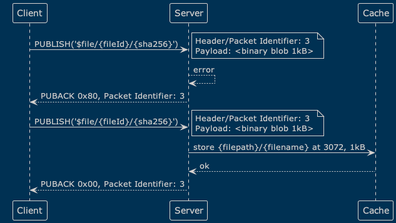
This is active/0021-assets/flow-restart.png from emqx/eip, a PlantUML export, as it was before one commit.
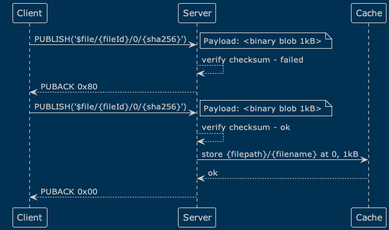
After the change.

What changed in the source:
```diff
@@ -1,18 +1,17 @@
 @startuml
 !theme blueprint
-Client -> Server: PUBLISH('$file/{fileId}/{sha256}')
+Client -> Server: PUBLISH('$file/{fileId}/0/{sha256}')
 note right
-Header/Packet Identifier: 3
 Payload: <binary blob 1kB>
 end note
-Server --> Server: error
-Server --> Client: PUBACK 0x80, Packet Identifier: 3
-Client -> Server: PUBLISH('$file/{fileId}/{sha256}')
+Server --> Server: verify checksum - failed
+Server --> Client: PUBACK 0x80
+Client -> Server: PUBLISH('$file/{fileId}/0/{sha256}')
 note right
-Header/Packet Identifier: 3
 Payload: <binary blob 1kB>
 end note
-Server -> Cache: store {filepath}/{filename} at 3072, 1kB
+Server --> Server: verify checksum - ok
+Server -> Cache: store {filepath}/{filename} at 0, 1kB
 Cache --> Server: ok
-Server --> Client: PUBACK 0x00, Packet Identifier: 3
+Server --> Client: PUBACK 0x00
 @enduml
```
